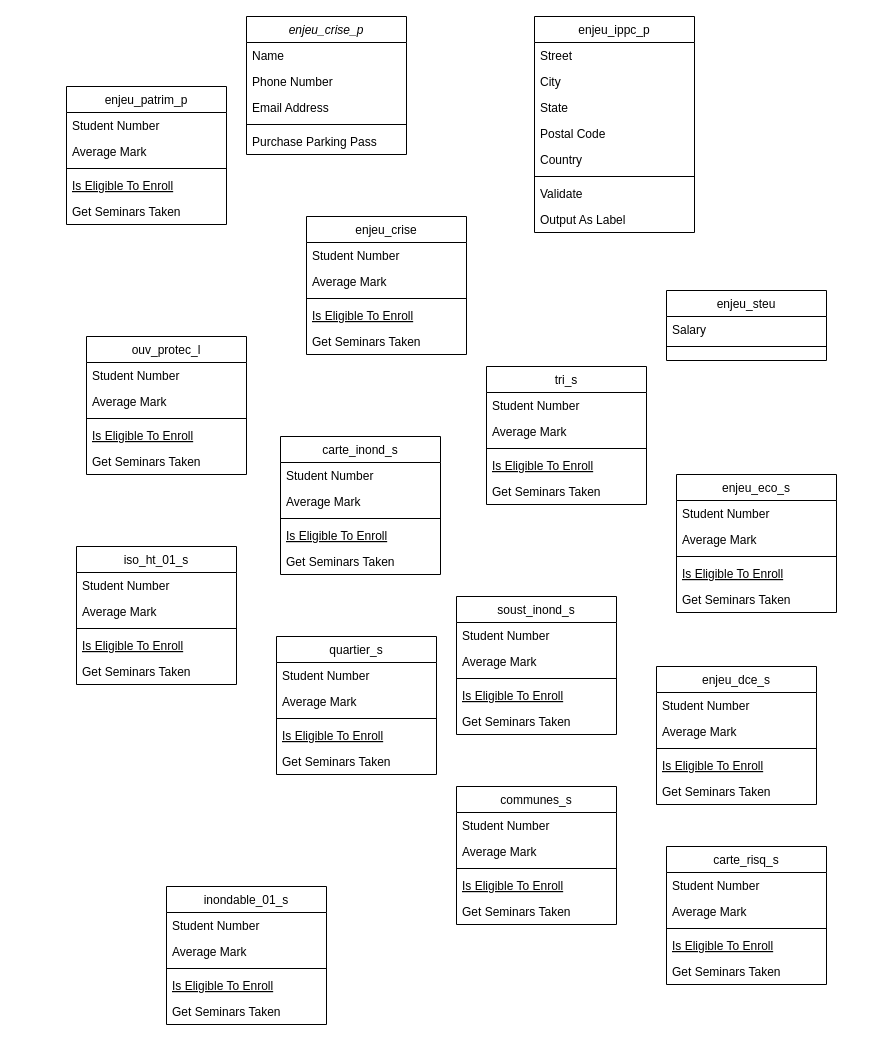
Earlier version of the draw.io diagram Diagramme/Couche_TRI.drawio (jonathanboris/Projet-EIG). Source tidied: cells renumbered, new cells numbered last; positions are measured from the earlier drawing's top-left corner, leaving out a move shared by most shapes. Both pictures are drawn from the tidied source at 100%, with x=0, y=0 at pixel (66, 16).
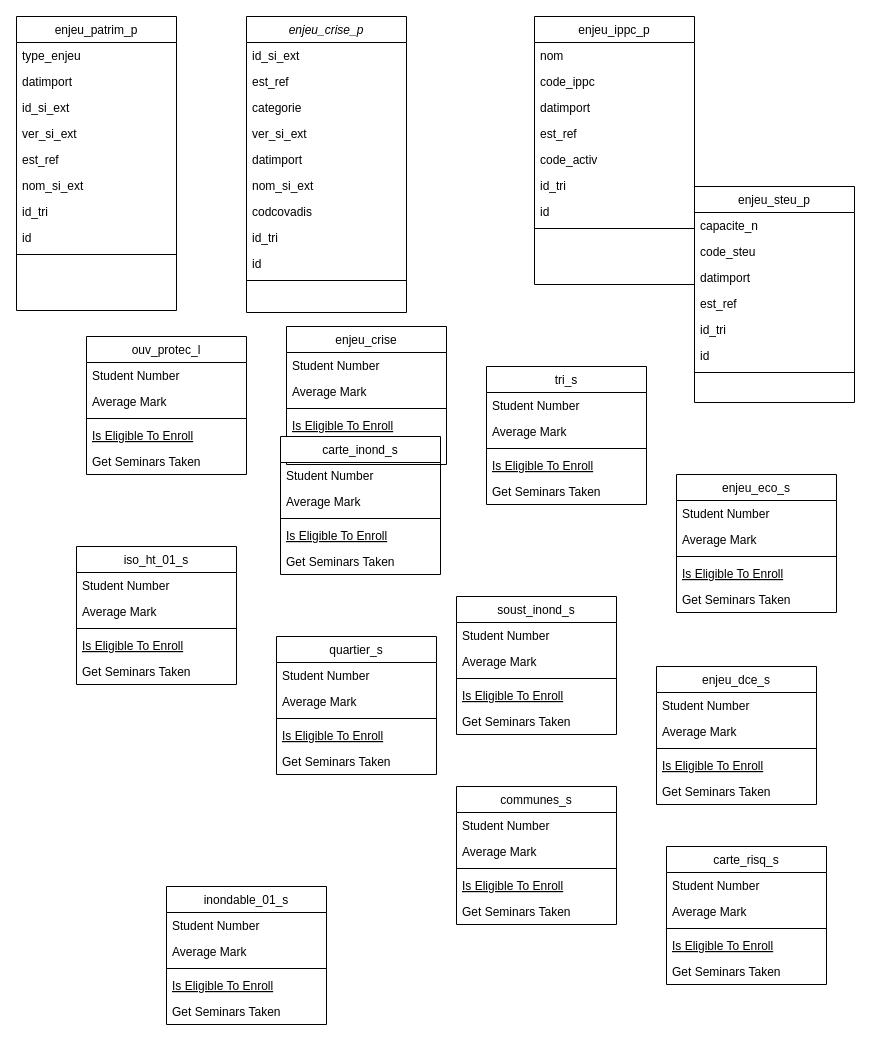
After the change.

Change to the diagram source:
```diff
@@
     <mxCell id="2" value="enjeu_crise_p" style="swimlane;fontStyle=2;align=center;verticalAlign=top;horizontal=1;startSize=26;rounded=0;shadow=0;strokeWidth=1;" parent="1" vertex="1">
-      <mxGeometry x="180" width="160" height="138" as="geometry" />
+      <mxGeometry x="180" width="160" height="296" as="geometry" />
     </mxCell>
-    <mxCell id="3" value="Name" style="text;align=left;verticalAlign=top;spacingLeft=4;spacingRight=4;overflow=hidden;" parent="2" vertex="1">
+    <mxCell id="3" value="id_si_ext" style="text;align=left;verticalAlign=top;spacingLeft=4;spacingRight=4;overflow=hidden;" parent="2" vertex="1">
       <mxGeometry y="26" width="160" height="26" as="geometry" />
     </mxCell>
-    <mxCell id="4" value="Phone Number" style="text;align=left;verticalAlign=top;spacingLeft=4;spacingRight=4;overflow=hidden;rounded=0;shadow=0;html=0;" parent="2" vertex="1">
+    <mxCell id="4" value="est_ref" style="text;align=left;verticalAlign=top;spacingLeft=4;spacingRight=4;overflow=hidden;rounded=0;shadow=0;html=0;" parent="2" vertex="1">
       <mxGeometry y="52" width="160" height="26" as="geometry" />
     </mxCell>
-    <mxCell id="5" value="Email Address" style="text;align=left;verticalAlign=top;spacingLeft=4;spacingRight=4;overflow=hidden;rounded=0;shadow=0;html=0;" parent="2" vertex="1">
+    <mxCell id="5" value="categorie" style="text;align=left;verticalAlign=top;spacingLeft=4;spacingRight=4;overflow=hidden;rounded=0;shadow=0;html=0;" parent="2" vertex="1">
       <mxGeometry y="78" width="160" height="26" as="geometry" />
     </mxCell>
+    <mxCell id="98" value="ver_si_ext" style="text;align=left;verticalAlign=top;spacingLeft=4;spacingRight=4;overflow=hidden;rounded=0;shadow=0;html=0;" parent="2" vertex="1">
+      <mxGeometry y="104" width="160" height="26" as="geometry" />
+    </mxCell>
+    <mxCell id="99" value="datimport" style="text;align=left;verticalAlign=top;spacingLeft=4;spacingRight=4;overflow=hidden;rounded=0;shadow=0;html=0;" parent="2" vertex="1">
+      <mxGeometry y="130" width="160" height="26" as="geometry" />
+    </mxCell>
+    <mxCell id="100" value="nom_si_ext" style="text;align=left;verticalAlign=top;spacingLeft=4;spacingRight=4;overflow=hidden;rounded=0;shadow=0;html=0;" parent="2" vertex="1">
+      <mxGeometry y="156" width="160" height="26" as="geometry" />
+    </mxCell>
+    <mxCell id="101" value="codcovadis" style="text;align=left;verticalAlign=top;spacingLeft=4;spacingRight=4;overflow=hidden;rounded=0;shadow=0;html=0;" parent="2" vertex="1">
+      <mxGeometry y="182" width="160" height="26" as="geometry" />
+    </mxCell>
+    <mxCell id="102" value="id_tri" style="text;align=left;verticalAlign=top;spacingLeft=4;spacingRight=4;overflow=hidden;rounded=0;shadow=0;html=0;" parent="2" vertex="1">
+      <mxGeometry y="208" width="160" height="26" as="geometry" />
+    </mxCell>
+    <mxCell id="103" value="id" style="text;align=left;verticalAlign=top;spacingLeft=4;spacingRight=4;overflow=hidden;rounded=0;shadow=0;html=0;" parent="2" vertex="1">
+      <mxGeometry y="234" width="160" height="26" as="geometry" />
+    </mxCell>
     <mxCell id="6" style="line;html=1;strokeWidth=1;align=left;verticalAlign=middle;spacingTop=-1;spacingLeft=3;spacingRight=3;labelPosition=right;" parent="2" vertex="1">
-      <mxGeometry y="104" width="160" height="8" as="geometry" />
+      <mxGeometry y="260" width="160" height="8" as="geometry" />
     </mxCell>
-    <mxCell id="7" value="Purchase Parking Pass" style="text;align=left;verticalAlign=top;spacingLeft=4;spacingRight=4;overflow=hidden;" parent="2" vertex="1">
-      <mxGeometry y="112" width="160" height="26" as="geometry" />
-    </mxCell>
     <mxCell id="8" value="enjeu_patrim_p" style="swimlane;fontStyle=0;align=center;verticalAlign=top;horizontal=1;startSize=26;rounded=0;shadow=0;strokeWidth=1;" parent="1" vertex="1">
-      <mxGeometry y="70" width="160" height="138" as="geometry" />
+      <mxGeometry x="-50" width="160" height="294" as="geometry" />
     </mxCell>
-    <mxCell id="9" value="Student Number" style="text;align=left;verticalAlign=top;spacingLeft=4;spacingRight=4;overflow=hidden;" parent="8" vertex="1">
+    <mxCell id="9" value="type_enjeu" style="text;align=left;verticalAlign=top;spacingLeft=4;spacingRight=4;overflow=hidden;" parent="8" vertex="1">
       <mxGeometry y="26" width="160" height="26" as="geometry" />
     </mxCell>
-    <mxCell id="10" value="Average Mark" style="text;align=left;verticalAlign=top;spacingLeft=4;spacingRight=4;overflow=hidden;rounded=0;shadow=0;html=0;" parent="8" vertex="1">
+    <mxCell id="10" value="datimport" style="text;align=left;verticalAlign=top;spacingLeft=4;spacingRight=4;overflow=hidden;rounded=0;shadow=0;html=0;" parent="8" vertex="1">
       <mxGeometry y="52" width="160" height="26" as="geometry" />
     </mxCell>
+    <mxCell id="104" value="id_si_ext" style="text;align=left;verticalAlign=top;spacingLeft=4;spacingRight=4;overflow=hidden;rounded=0;shadow=0;html=0;" parent="8" vertex="1">
+      <mxGeometry y="78" width="160" height="26" as="geometry" />
+    </mxCell>
+    <mxCell id="105" value="ver_si_ext" style="text;align=left;verticalAlign=top;spacingLeft=4;spacingRight=4;overflow=hidden;rounded=0;shadow=0;html=0;" parent="8" vertex="1">
+      <mxGeometry y="104" width="160" height="26" as="geometry" />
+    </mxCell>
+    <mxCell id="106" value="est_ref" style="text;align=left;verticalAlign=top;spacingLeft=4;spacingRight=4;overflow=hidden;rounded=0;shadow=0;html=0;" parent="8" vertex="1">
+      <mxGeometry y="130" width="160" height="26" as="geometry" />
+    </mxCell>
+    <mxCell id="107" value="nom_si_ext" style="text;align=left;verticalAlign=top;spacingLeft=4;spacingRight=4;overflow=hidden;rounded=0;shadow=0;html=0;" parent="8" vertex="1">
+      <mxGeometry y="156" width="160" height="26" as="geometry" />
+    </mxCell>
+    <mxCell id="108" value="id_tri" style="text;align=left;verticalAlign=top;spacingLeft=4;spacingRight=4;overflow=hidden;rounded=0;shadow=0;html=0;" parent="8" vertex="1">
+      <mxGeometry y="182" width="160" height="26" as="geometry" />
+    </mxCell>
+    <mxCell id="109" value="id" style="text;align=left;verticalAlign=top;spacingLeft=4;spacingRight=4;overflow=hidden;rounded=0;shadow=0;html=0;" parent="8" vertex="1">
+      <mxGeometry y="208" width="160" height="26" as="geometry" />
+    </mxCell>
     <mxCell id="11" style="line;html=1;strokeWidth=1;align=left;verticalAlign=middle;spacingTop=-1;spacingLeft=3;spacingRight=3;labelPosition=right;" parent="8" vertex="1">
-      <mxGeometry y="78" width="160" height="8" as="geometry" />
+      <mxGeometry y="234" width="160" height="8" as="geometry" />
     </mxCell>
-    <mxCell id="12" value="Is Eligible To Enroll" style="text;align=left;verticalAlign=top;spacingLeft=4;spacingRight=4;overflow=hidden;fontStyle=4;" parent="8" vertex="1">
-      <mxGeometry y="86" width="160" height="26" as="geometry" />
-    </mxCell>
-    <mxCell id="13" value="Get Seminars Taken" style="text;align=left;verticalAlign=top;spacingLeft=4;spacingRight=4;overflow=hidden;" parent="8" vertex="1">
-      <mxGeometry y="112" width="160" height="26" as="geometry" />
-    </mxCell>
-    <mxCell id="14" value="enjeu_steu" style="swimlane;fontStyle=0;align=center;verticalAlign=top;horizontal=1;startSize=26;rounded=0;shadow=0;strokeWidth=1;" parent="1" vertex="1">
-      <mxGeometry x="600" y="274" width="160" height="70" as="geometry" />
+    <mxCell id="14" value="enjeu_steu_p" style="swimlane;fontStyle=0;align=center;verticalAlign=top;horizontal=1;startSize=26;rounded=0;shadow=0;strokeWidth=1;" parent="1" vertex="1">
+      <mxGeometry x="628" y="170" width="160" height="216" as="geometry" />
     </mxCell>
-    <mxCell id="15" value="Salary" style="text;align=left;verticalAlign=top;spacingLeft=4;spacingRight=4;overflow=hidden;" parent="14" vertex="1">
+    <mxCell id="15" value="capacite_n" style="text;align=left;verticalAlign=top;spacingLeft=4;spacingRight=4;overflow=hidden;" parent="14" vertex="1">
       <mxGeometry y="26" width="160" height="26" as="geometry" />
     </mxCell>
+    <mxCell id="110" value="code_steu" style="text;align=left;verticalAlign=top;spacingLeft=4;spacingRight=4;overflow=hidden;" parent="14" vertex="1">
+      <mxGeometry y="52" width="160" height="26" as="geometry" />
+    </mxCell>
+    <mxCell id="111" value="datimport" style="text;align=left;verticalAlign=top;spacingLeft=4;spacingRight=4;overflow=hidden;" parent="14" vertex="1">
+      <mxGeometry y="78" width="160" height="26" as="geometry" />
+    </mxCell>
+    <mxCell id="112" value="est_ref" style="text;align=left;verticalAlign=top;spacingLeft=4;spacingRight=4;overflow=hidden;" parent="14" vertex="1">
+      <mxGeometry y="104" width="160" height="26" as="geometry" />
+    </mxCell>
+    <mxCell id="113" value="id_tri" style="text;align=left;verticalAlign=top;spacingLeft=4;spacingRight=4;overflow=hidden;" parent="14" vertex="1">
+      <mxGeometry y="130" width="160" height="26" as="geometry" />
+    </mxCell>
+    <mxCell id="114" value="id" style="text;align=left;verticalAlign=top;spacingLeft=4;spacingRight=4;overflow=hidden;" parent="14" vertex="1">
+      <mxGeometry y="156" width="160" height="26" as="geometry" />
+    </mxCell>
     <mxCell id="16" style="line;html=1;strokeWidth=1;align=left;verticalAlign=middle;spacingTop=-1;spacingLeft=3;spacingRight=3;labelPosition=right;" parent="14" vertex="1">
-      <mxGeometry y="52" width="160" height="8" as="geometry" />
+      <mxGeometry y="182" width="160" height="8" as="geometry" />
     </mxCell>
     <mxCell id="17" value="enjeu_ippc_p" style="swimlane;fontStyle=0;align=center;verticalAlign=top;horizontal=1;startSize=26;rounded=0;shadow=0;strokeWidth=1;" parent="1" vertex="1">
-      <mxGeometry x="468" width="160" height="216" as="geometry" />
+      <mxGeometry x="468" width="160" height="268" as="geometry" />
     </mxCell>
-    <mxCell id="18" value="Street" style="text;align=left;verticalAlign=top;spacingLeft=4;spacingRight=4;overflow=hidden;" parent="17" vertex="1">
+    <mxCell id="18" value="nom" style="text;align=left;verticalAlign=top;spacingLeft=4;spacingRight=4;overflow=hidden;" parent="17" vertex="1">
       <mxGeometry y="26" width="160" height="26" as="geometry" />
     </mxCell>
-    <mxCell id="19" value="City" style="text;align=left;verticalAlign=top;spacingLeft=4;spacingRight=4;overflow=hidden;rounded=0;shadow=0;html=0;" parent="17" vertex="1">
+    <mxCell id="19" value="code_ippc" style="text;align=left;verticalAlign=top;spacingLeft=4;spacingRight=4;overflow=hidden;rounded=0;shadow=0;html=0;" parent="17" vertex="1">
       <mxGeometry y="52" width="160" height="26" as="geometry" />
     </mxCell>
-    <mxCell id="20" value="State" style="text;align=left;verticalAlign=top;spacingLeft=4;spacingRight=4;overflow=hidden;rounded=0;shadow=0;html=0;" parent="17" vertex="1">
+    <mxCell id="20" value="datimport" style="text;align=left;verticalAlign=top;spacingLeft=4;spacingRight=4;overflow=hidden;rounded=0;shadow=0;html=0;" parent="17" vertex="1">
       <mxGeometry y="78" width="160" height="26" as="geometry" />
     </mxCell>
-    <mxCell id="21" value="Postal Code" style="text;align=left;verticalAlign=top;spacingLeft=4;spacingRight=4;overflow=hidden;rounded=0;shadow=0;html=0;" parent="17" vertex="1">
+    <mxCell id="21" value="est_ref" style="text;align=left;verticalAlign=top;spacingLeft=4;spacingRight=4;overflow=hidden;rounded=0;shadow=0;html=0;" parent="17" vertex="1">
       <mxGeometry y="104" width="160" height="26" as="geometry" />
     </mxCell>
-    <mxCell id="22" value="Country" style="text;align=left;verticalAlign=top;spacingLeft=4;spacingRight=4;overflow=hidden;rounded=0;shadow=0;html=0;" parent="17" vertex="1">
+    <mxCell id="22" value="code_activ" style="text;align=left;verticalAlign=top;spacingLeft=4;spacingRight=4;overflow=hidden;rounded=0;shadow=0;html=0;" parent="17" vertex="1">
       <mxGeometry y="130" width="160" height="26" as="geometry" />
     </mxCell>
+    <mxCell id="115" value="id_tri" style="text;align=left;verticalAlign=top;spacingLeft=4;spacingRight=4;overflow=hidden;rounded=0;shadow=0;html=0;" parent="17" vertex="1">
+      <mxGeometry y="156" width="160" height="26" as="geometry" />
+    </mxCell>
+    <mxCell id="116" value="id" style="text;align=left;verticalAlign=top;spacingLeft=4;spacingRight=4;overflow=hidden;rounded=0;shadow=0;html=0;" parent="17" vertex="1">
+      <mxGeometry y="182" width="160" height="26" as="geometry" />
+    </mxCell>
     <mxCell id="23" style="line;html=1;strokeWidth=1;align=left;verticalAlign=middle;spacingTop=-1;spacingLeft=3;spacingRight=3;labelPosition=right;" parent="17" vertex="1">
-      <mxGeometry y="156" width="160" height="8" as="geometry" />
+      <mxGeometry y="208" width="160" height="8" as="geometry" />
     </mxCell>
-    <mxCell id="24" value="Validate" style="text;align=left;verticalAlign=top;spacingLeft=4;spacingRight=4;overflow=hidden;" parent="17" vertex="1">
-      <mxGeometry y="164" width="160" height="26" as="geometry" />
-    </mxCell>
-    <mxCell id="25" value="Output As Label" style="text;align=left;verticalAlign=top;spacingLeft=4;spacingRight=4;overflow=hidden;" parent="17" vertex="1">
-      <mxGeometry y="190" width="160" height="26" as="geometry" />
-    </mxCell>
@@
     <mxCell id="32" value="enjeu_crise" style="swimlane;fontStyle=0;align=center;verticalAlign=top;horizontal=1;startSize=26;rounded=0;shadow=0;strokeWidth=1;" parent="1" vertex="1">
-      <mxGeometry x="240" y="200" width="160" height="138" as="geometry" />
+      <mxGeometry x="220" y="310" width="160" height="138" as="geometry" />
     </mxCell>
```
